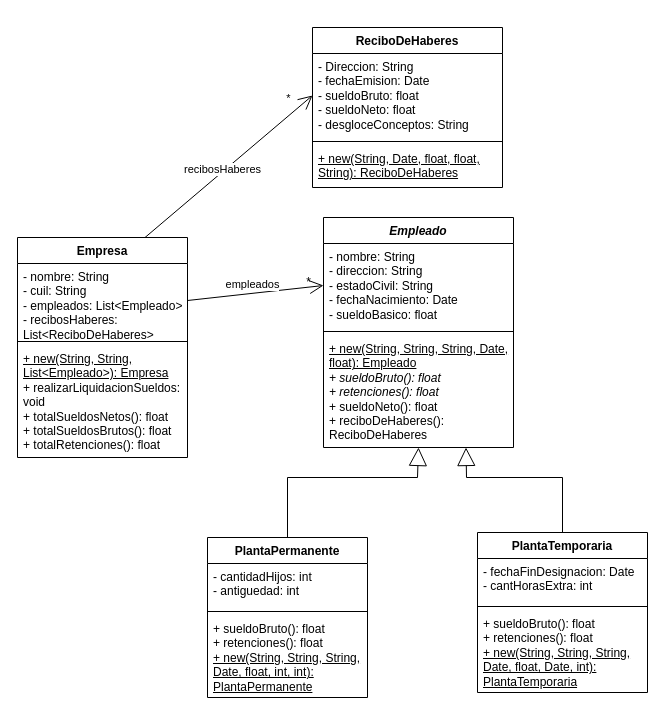
This is tp2-UML/uml-ejercicio-1.drawio from franngo/programacionConObjetosII2025S2, a draw.io file, before an edit. Source tidied: cells renumbered, new cells numbered last; positions are measured from the earlier drawing's top-left corner, leaving out a move shared by most shapes. Both pictures are drawn from the tidied source at 100%, with x=0, y=0 at pixel (17, 27).
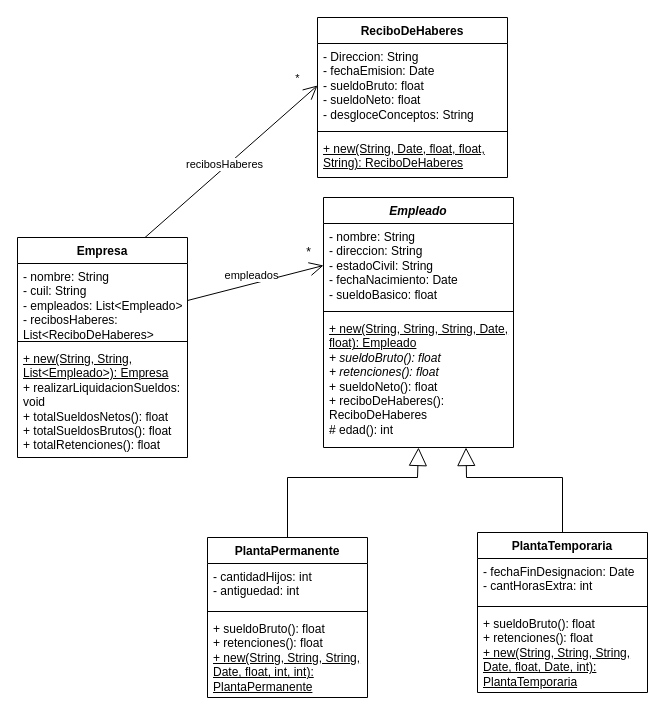
Above is the later version.

Unchanged cells that the change refers to:
```xml
<mxCell id="26" style="endArrow=open;endFill=1;endSize=12;html=1;rounded=0;exitX=0.75;exitY=0;exitDx=0;exitDy=0;entryX=0;entryY=0.5;entryDx=0;entryDy=0;" parent="1" edge="1" source="2" target="11">
  <mxGeometry relative="1" as="geometry" />
</mxCell>
```

The edit, as a diff of the source:
```diff
@@
     <mxCell id="6" value="&lt;div&gt;&lt;i&gt;Empleado&lt;/i&gt;&lt;/div&gt;" style="swimlane;fontStyle=1;align=center;verticalAlign=top;horizontal=1;startSize=26;whiteSpace=wrap;html=1;" parent="1" vertex="1">
-      <mxGeometry x="306" y="190" width="190" height="230" as="geometry" />
+      <mxGeometry x="306" y="170" width="190" height="250" as="geometry" />
     </mxCell>
@@
-    <mxCell id="9" value="&lt;u&gt;+ new(String, String, String, Date, float): Empleado&lt;/u&gt;&lt;br&gt;&lt;i&gt;+ sueldoBruto(): float&lt;br&gt;+ retenciones(): float&lt;/i&gt;&lt;br&gt;+ sueldoNeto(): float&lt;br&gt;+ reciboDeHaberes(): ReciboDeHaberes&lt;div&gt;&lt;br/&gt;&lt;/div&gt;" style="text;strokeColor=none;fillColor=none;align=left;verticalAlign=top;spacingLeft=4;spacingRight=4;overflow=hidden;whiteSpace=wrap;html=1;" parent="6" vertex="1">
-      <mxGeometry y="118" width="190" height="112" as="geometry" />
+    <mxCell id="9" value="&lt;u&gt;+ new(String, String, String, Date, float): Empleado&lt;/u&gt;&lt;br&gt;&lt;i&gt;+ sueldoBruto(): float&lt;br&gt;+ retenciones(): float&lt;/i&gt;&lt;br&gt;+ sueldoNeto(): float&lt;br&gt;+ reciboDeHaberes(): ReciboDeHaberes&lt;br&gt;# edad(): int&lt;div&gt;&lt;br&gt;&lt;/div&gt;" style="text;strokeColor=none;fillColor=none;align=left;verticalAlign=top;spacingLeft=4;spacingRight=4;overflow=hidden;whiteSpace=wrap;html=1;" parent="6" vertex="1">
+      <mxGeometry y="118" width="190" height="132" as="geometry" />
     </mxCell>
     <mxCell id="10" value="ReciboDeHaberes" style="swimlane;fontStyle=1;align=center;verticalAlign=top;horizontal=1;startSize=26;whiteSpace=wrap;html=1;" parent="1" vertex="1">
-      <mxGeometry x="295" width="190" height="160" as="geometry" />
+      <mxGeometry x="300" y="-10" width="190" height="160" as="geometry" />
     </mxCell>
@@
     <mxCell id="28" value="*" style="edgeLabel;html=1;align=center;verticalAlign=middle;" parent="26" vertex="1">
       <mxGeometry x="0.82" y="-2" relative="1" as="geometry">
-        <mxPoint x="-11" y="-12" as="offset" />
+        <mxPoint x="-6" y="-23" as="offset" />
       </mxGeometry>
     </mxCell>
     <mxCell id="29" value="*" style="text;html=1;align=center;verticalAlign=middle;strokeColor=none;fillColor=none;" parent="1" vertex="1">
-      <mxGeometry x="276" y="240" width="30" height="30" as="geometry" />
+      <mxGeometry x="276" y="210" width="30" height="30" as="geometry" />
     </mxCell>
```
